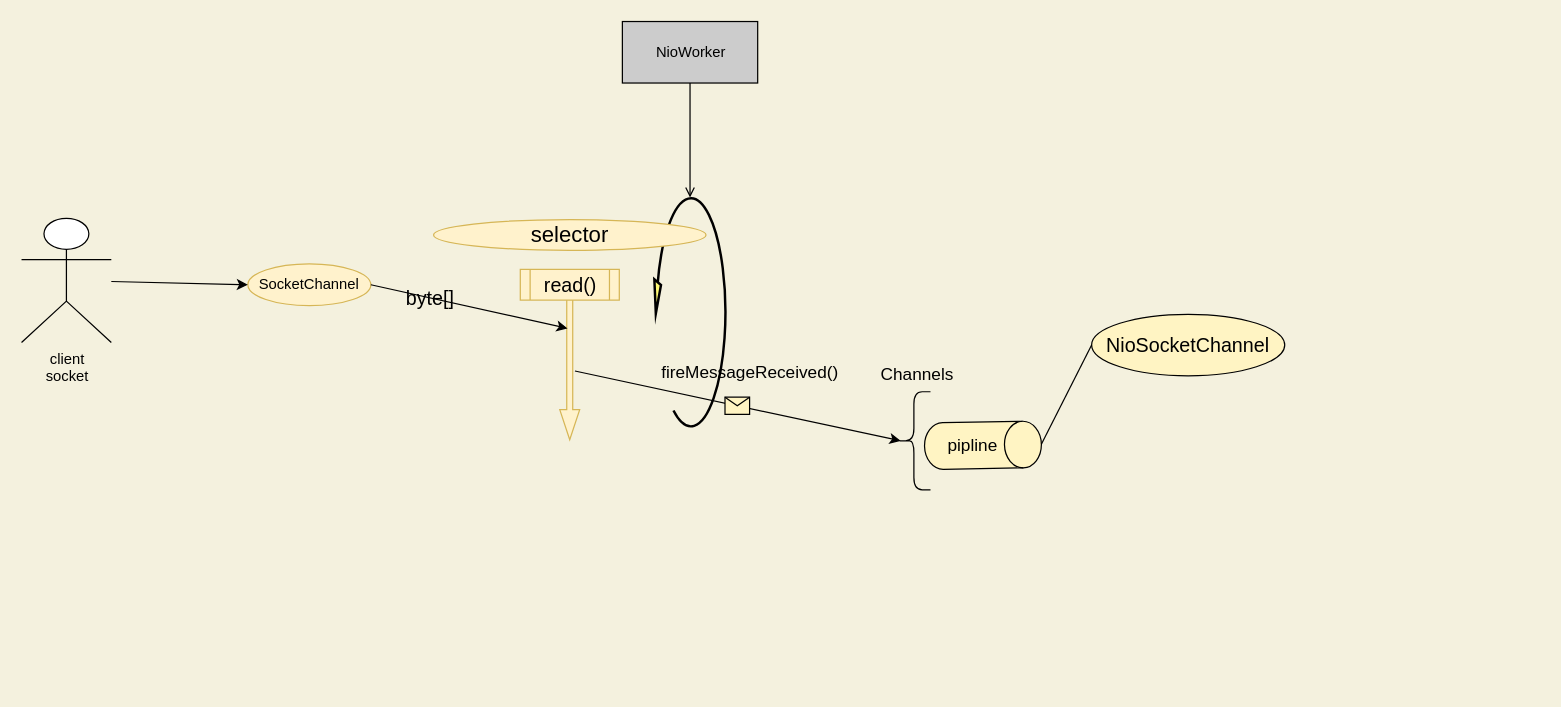
This is readingClientSocket.drawio from 11800222/MeleyForDiagramsStorage, a draw.io file, before an edit. Source tidied: cells renumbered, new cells numbered last; positions are measured from the earlier drawing's top-left corner, leaving out a move shared by most shapes. Both pictures are drawn from the tidied source at 123%, with x=0, y=0 at pixel (21, 21).
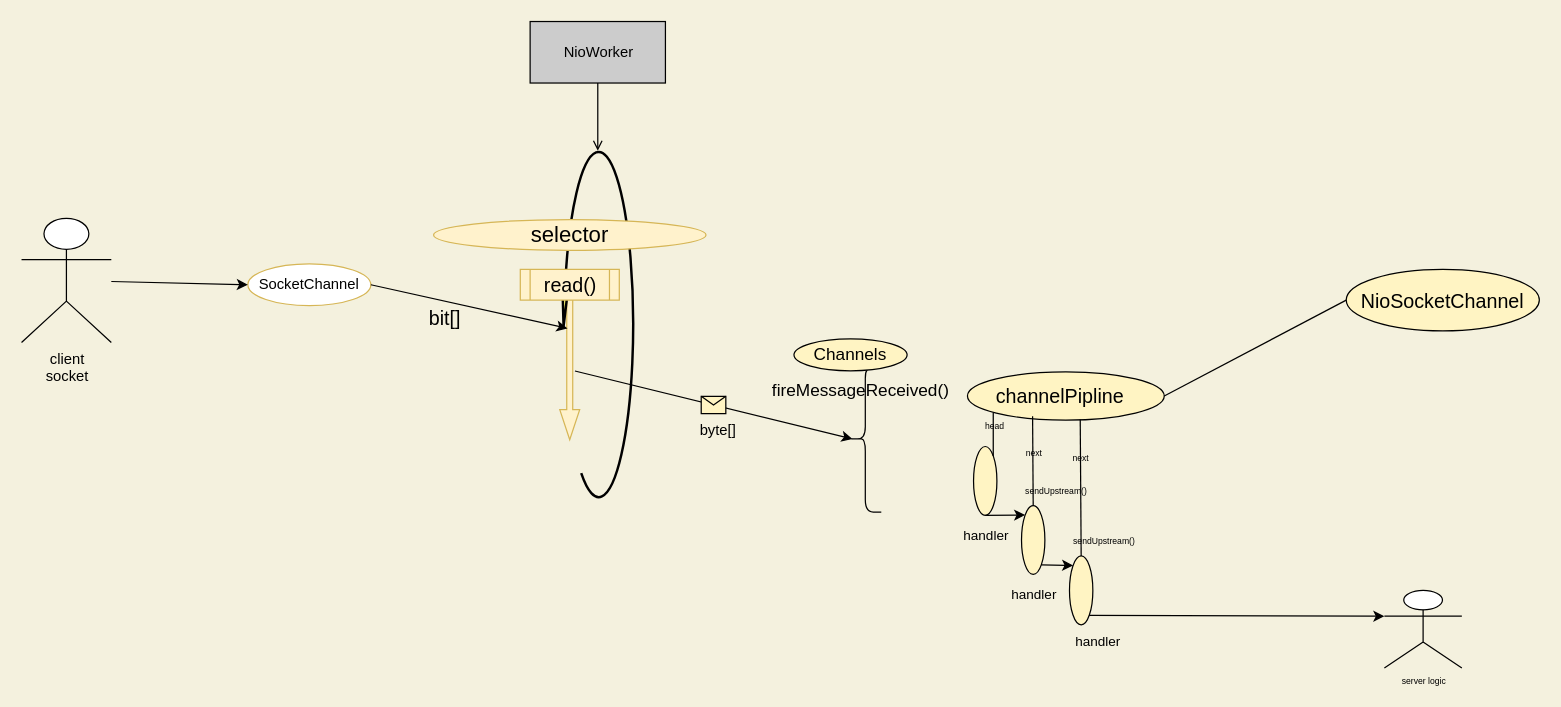
Above is the later version.

The change refers to these unchanged cells:
```xml
<mxCell id="12" style="endArrow=classic;html=1;rounded=0;fontSize=16;exitX=1;exitY=0.5;exitDx=0;exitDy=0;entryX=0.258;entryY=0.61;entryDx=0;entryDy=0;entryPerimeter=0;" parent="1" edge="1" source="5" target="2">
  <mxGeometry relative="1" as="geometry" />
</mxCell>
```

Diff of the diagram source:
```diff
@@
     <mxCell id="4" value="NioWorker" style="html=1;fillColor=#CCCCCC;" parent="1" vertex="1">
-      <mxGeometry x="488.5" width="110" height="50" as="geometry" />
+      <mxGeometry x="413.5" width="110" height="50" as="geometry" />
     </mxCell>
-    <mxCell id="5" value="SocketChannel" style="ellipse;whiteSpace=wrap;html=1;fillColor=#fff2cc;strokeColor=#d6b656;" parent="1" vertex="1">
+    <mxCell id="5" value="SocketChannel" style="ellipse;whiteSpace=wrap;html=1;fillColor=#FFFFFF;strokeColor=#d6b656;" parent="1" vertex="1">
       <mxGeometry x="184" y="197" width="100" height="34" as="geometry" />
     </mxCell>
@@
+    <mxCell id="8" style="verticalLabelPosition=bottom;html=1;verticalAlign=top;strokeWidth=2;shape=mxgraph.lean_mapping.physical_pull;fillColor=#FFFA75;rotation=-180;" parent="1" vertex="1">
+      <mxGeometry x="439.5" y="105" width="58" height="283" as="geometry" />
+    </mxCell>
@@
-    <mxCell id="8" style="verticalLabelPosition=bottom;html=1;verticalAlign=top;strokeWidth=2;shape=mxgraph.lean_mapping.physical_pull;fillColor=#FFFA75;rotation=-180;" parent="1" vertex="1">
-      <mxGeometry x="514.5" y="143" width="58" height="187" as="geometry" />
-    </mxCell>
@@
     <mxCell id="11" value="NioSocketChannel" style="ellipse;whiteSpace=wrap;html=1;fontSize=16;fillColor=#FFF4C3;" parent="1" vertex="1">
-      <mxGeometry x="870" y="238" width="157" height="50" as="geometry" />
+      <mxGeometry x="1077" y="201.5" width="157" height="50" as="geometry" />
     </mxCell>
@@
-    <mxCell id="13" value="byte[]" style="edgeLabel;html=1;align=center;verticalAlign=middle;fontSize=16;labelBackgroundColor=none;" parent="12" vertex="1">
-      <mxGeometry x="-0.4" relative="1" as="geometry" />
+    <mxCell id="13" value="bit[]" style="edgeLabel;html=1;align=center;verticalAlign=middle;fontSize=16;labelBackgroundColor=none;" parent="12" vertex="1">
+      <mxGeometry x="-0.4" relative="1" as="geometry">
+        <mxPoint x="12" y="16" as="offset" />
+      </mxGeometry>
     </mxCell>
@@
     <mxCell id="16" value="fireMessageReceived()" style="text;html=1;align=center;verticalAlign=middle;strokeColor=none;fillColor=none;fontSize=14;" parent="1" vertex="1">
-      <mxGeometry x="514.5" y="274" width="154" height="21" as="geometry" />
+      <mxGeometry x="605" y="289" width="154" height="21" as="geometry" />
     </mxCell>
-    <mxCell id="17" style="shape=cylinder3;whiteSpace=wrap;html=1;boundedLbl=1;backgroundOutline=1;size=15;labelBackgroundColor=none;fontSize=14;fillColor=#FFF4C3;rotation=89;" parent="1" vertex="1">
-      <mxGeometry x="762.7" y="297" width="37.9" height="95" as="geometry" />
+    <mxCell id="17" style="ellipse;whiteSpace=wrap;html=1;fontFamily=Helvetica;fontSize=14;fontColor=default;align=center;strokeColor=default;fillColor=#FFF4C3;rotation=90;" parent="1" vertex="1">
+      <mxGeometry x="829.4" y="224.5" width="39.3" height="160" as="geometry" />
     </mxCell>
-    <mxCell id="18" value="pipline" style="text;html=1;align=center;verticalAlign=middle;strokeColor=none;fillColor=none;fontSize=14;" parent="1" vertex="1">
-      <mxGeometry x="748" y="334" width="50" height="21" as="geometry" />
+    <mxCell id="18" value="channelPipline" style="text;html=1;align=center;verticalAlign=middle;strokeColor=none;fillColor=none;fontSize=16;" parent="1" vertex="1">
+      <mxGeometry x="787" y="293" width="114" height="23" as="geometry" />
     </mxCell>
@@
     <mxCell id="20" style="shape=curlyBracket;whiteSpace=wrap;html=1;rounded=1;labelBackgroundColor=none;fontSize=14;fillColor=#FFF4C3;" parent="1" vertex="1">
-      <mxGeometry x="712" y="301" width="27" height="79.8" as="geometry" />
+      <mxGeometry x="673" y="280" width="26" height="118.8" as="geometry" />
     </mxCell>
+    <mxCell id="22" value="byte[]" style="text;html=1;align=center;verticalAlign=middle;strokeColor=none;fillColor=none;" parent="1" vertex="1">
+      <mxGeometry x="545" y="324" width="42" height="18" as="geometry" />
+    </mxCell>
-    <mxCell id="21" value="Channels" style="text;html=1;align=center;verticalAlign=middle;strokeColor=none;fillColor=none;fontSize=14;" parent="1" vertex="1">
-      <mxGeometry x="693.5" y="276" width="69" height="21" as="geometry" />
+    <mxCell id="21" value="&lt;span style=&quot;font-size: 14px;&quot;&gt;Channels&lt;/span&gt;" style="ellipse;whiteSpace=wrap;html=1;fillColor=#FFF4C3;" parent="1" vertex="1">
+      <mxGeometry x="628" y="258" width="92" height="26" as="geometry" />
     </mxCell>
+    <mxCell id="23" style="ellipse;whiteSpace=wrap;html=1;fontSize=16;fillColor=#FFF4C3;" parent="1" vertex="1">
+      <mxGeometry x="774" y="345.5" width="19" height="56" as="geometry" />
+    </mxCell>
+    <mxCell id="24" style="ellipse;whiteSpace=wrap;html=1;fontSize=16;fillColor=#FFF4C3;" parent="1" vertex="1">
+      <mxGeometry x="813" y="393.5" width="19" height="56" as="geometry" />
+    </mxCell>
+    <mxCell id="25" style="endArrow=classic;html=1;rounded=0;fontSize=16;entryX=0;entryY=0;entryDx=0;entryDy=0;exitX=0.5;exitY=1;exitDx=0;exitDy=0;" parent="1" edge="1" source="23" target="24">
+      <mxGeometry relative="1" as="geometry" />
+    </mxCell>
+    <mxCell id="26" style="ellipse;whiteSpace=wrap;html=1;fontSize=16;fillColor=#FFF4C3;" parent="1" vertex="1">
+      <mxGeometry x="852" y="434.5" width="19" height="56" as="geometry" />
+    </mxCell>
+    <mxCell id="27" style="endArrow=classic;html=1;rounded=0;fontSize=16;entryX=0;entryY=0;entryDx=0;entryDy=0;exitX=1;exitY=1;exitDx=0;exitDy=0;" parent="1" edge="1" source="24" target="26">
+      <mxGeometry relative="1" as="geometry" />
+    </mxCell>
+    <mxCell id="28" style="endArrow=none;html=1;rounded=0;fontSize=16;entryX=1;entryY=0;entryDx=0;entryDy=0;exitX=0.843;exitY=0.869;exitDx=0;exitDy=0;exitPerimeter=0;strokeWidth=1;endFill=0;" parent="1" edge="1" source="17" target="23">
+      <mxGeometry relative="1" as="geometry" />
+    </mxCell>
+    <mxCell id="29" value="head" style="edgeLabel;html=1;align=center;verticalAlign=middle;fontSize=7;labelBackgroundColor=none;" parent="28" vertex="1">
+      <mxGeometry x="-0.29" relative="1" as="geometry" />
+    </mxCell>
+    <mxCell id="30" value="handler" style="text;html=1;align=center;verticalAlign=middle;strokeColor=none;fillColor=none;fontSize=11;" parent="1" vertex="1">
+      <mxGeometry x="848" y="495.5" width="53" height="17" as="geometry" />
+    </mxCell>
+    <mxCell id="31" value="sendUpstream()" style="text;html=1;align=center;verticalAlign=middle;strokeColor=none;fillColor=none;fontSize=7;" parent="1" vertex="1">
+      <mxGeometry x="828" y="417" width="103" height="12" as="geometry" />
+    </mxCell>
+    <mxCell id="32" value="sendUpstream()" style="text;html=1;align=center;verticalAlign=middle;strokeColor=none;fillColor=none;fontSize=7;" parent="1" vertex="1">
+      <mxGeometry x="789" y="376.5" width="103" height="12" as="geometry" />
+    </mxCell>
+    <mxCell id="33" value="handler" style="text;html=1;align=center;verticalAlign=middle;strokeColor=none;fillColor=none;fontSize=11;" parent="1" vertex="1">
+      <mxGeometry x="796" y="457.5" width="53" height="17" as="geometry" />
+    </mxCell>
+    <mxCell id="34" value="handler" style="text;html=1;align=center;verticalAlign=middle;strokeColor=none;fillColor=none;fontSize=11;" parent="1" vertex="1">
+      <mxGeometry x="757" y="409.5" width="53" height="17" as="geometry" />
+    </mxCell>
+    <mxCell id="35" value="server logic" style="shape=umlActor;verticalLabelPosition=bottom;verticalAlign=top;html=1;outlineConnect=0;fontSize=7;fillColor=#FFFFFF;" parent="1" vertex="1">
+      <mxGeometry x="1108" y="462.5" width="63" height="63" as="geometry" />
+    </mxCell>
+    <mxCell id="36" style="endArrow=classic;html=1;rounded=0;fontSize=7;entryX=0;entryY=0.3333333333333333;entryDx=0;entryDy=0;entryPerimeter=0;exitX=1;exitY=1;exitDx=0;exitDy=0;" parent="1" edge="1" source="26" target="35">
+      <mxGeometry relative="1" as="geometry" />
+    </mxCell>
+    <mxCell id="37" style="endArrow=none;html=1;rounded=0;fontSize=7;entryX=0.5;entryY=0;entryDx=0;entryDy=0;strokeWidth=1;endFill=0;" parent="1" edge="1" target="24">
+      <mxGeometry relative="1" as="geometry">
+        <mxPoint x="822" y="321" as="sourcePoint" />
+      </mxGeometry>
+    </mxCell>
+    <mxCell id="38" value="next" style="edgeLabel;html=1;align=center;verticalAlign=middle;fontSize=7;labelBackgroundColor=none;" parent="37" vertex="1">
+      <mxGeometry x="-0.15" relative="1" as="geometry" />
+    </mxCell>
+    <mxCell id="39" style="endArrow=none;html=1;rounded=0;fontSize=7;entryX=0.5;entryY=0;entryDx=0;entryDy=0;exitX=0.985;exitY=0.427;exitDx=0;exitDy=0;exitPerimeter=0;strokeWidth=1;endFill=0;" parent="1" edge="1" source="17" target="26">
+      <mxGeometry relative="1" as="geometry" />
+    </mxCell>
+    <mxCell id="40" value="next" style="edgeLabel;html=1;align=center;verticalAlign=middle;fontSize=7;labelBackgroundColor=none;" parent="39" vertex="1">
+      <mxGeometry x="-0.43" relative="1" as="geometry" />
+    </mxCell>
```
